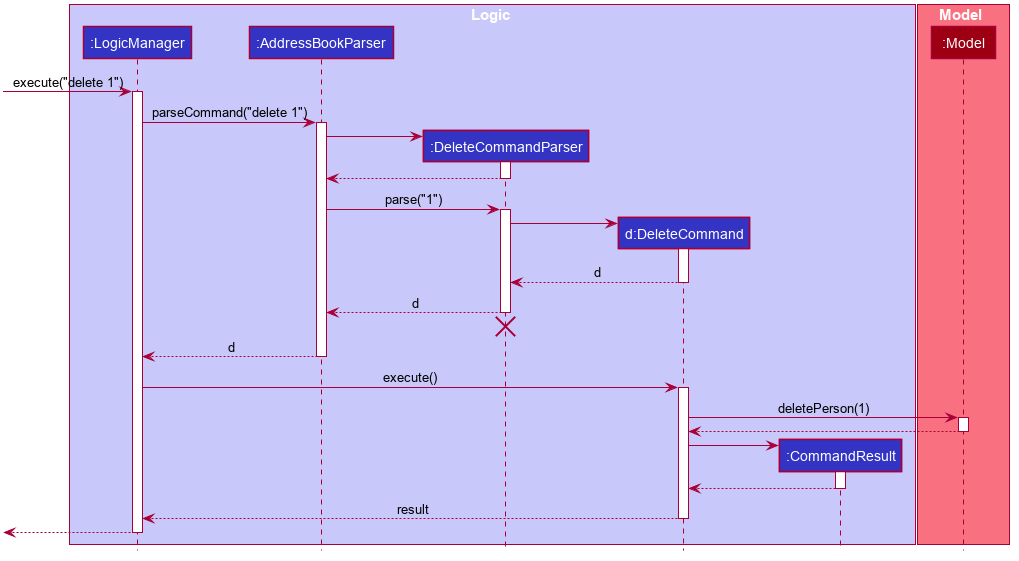
The PlantUML diagram docs/images/DeleteSequenceDiagram.png in nus-cs2103-AY1920S1/addressbook-level3, before a commit.
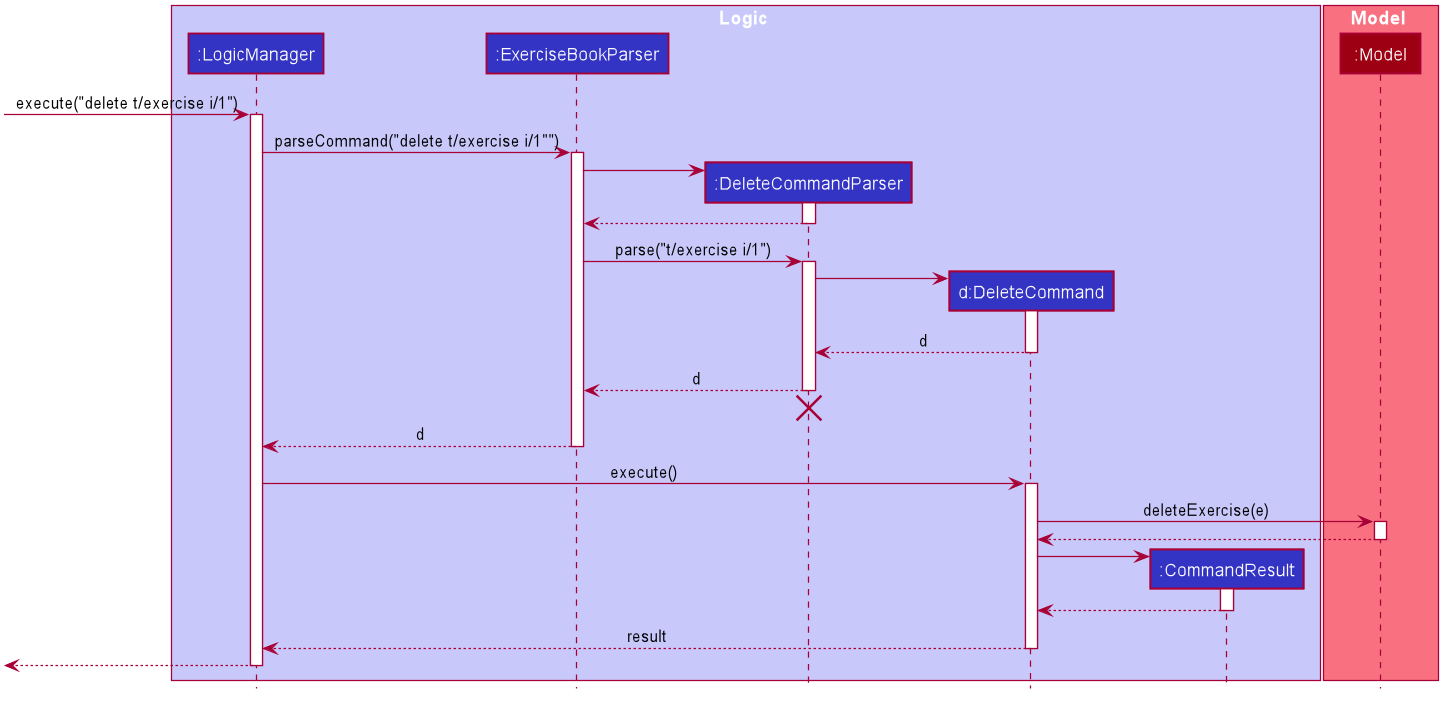
The same diagram one commit later.

What changed in the source:
```diff
@@ -50,7 +50,7 @@
 
 box Logic #C8C8FA
 participant ":LogicManager" as LogicManager #3333C4
-participant ":AddressBookParser" as AddressBookParser #3333C4
+participant ":ExerciseBookParser" as ExerciseBookParser #3333C4
 participant ":DeleteCommandParser" as DeleteCommandParser #3333C4
 participant "d:DeleteCommand" as DeleteCommand #3333C4
 participant ":CommandResult" as CommandResult #3333C4
@@ -60,20 +60,20 @@
 participant ":Model" as Model #9D0012
 end box
 
-[-> LogicManager : execute("delete 1")
+[-> LogicManager : execute("delete t/exercise i/1")
 activate LogicManager
 
-LogicManager -> AddressBookParser : parseCommand("delete 1")
-activate AddressBookParser
+LogicManager -> ExerciseBookParser : parseCommand("delete t/exercise i/1"")
+activate ExerciseBookParser
 
 create DeleteCommandParser
-AddressBookParser -> DeleteCommandParser
+ExerciseBookParser -> DeleteCommandParser
 activate DeleteCommandParser
 
-DeleteCommandParser --> AddressBookParser
+DeleteCommandParser --> ExerciseBookParser
 deactivate DeleteCommandParser
 
-AddressBookParser -> DeleteCommandParser : parse("1")
+ExerciseBookParser -> DeleteCommandParser : parse("t/exercise i/1")
 activate DeleteCommandParser
 
 create DeleteCommand
@@ -83,18 +83,18 @@
 DeleteCommand --> DeleteCommandParser : d
 deactivate DeleteCommand
 
-DeleteCommandParser --> AddressBookParser : d
+DeleteCommandParser --> ExerciseBookParser : d
 deactivate DeleteCommandParser
-DeleteCommandParser -[hidden]-> AddressBookParser
+DeleteCommandParser -[hidden]-> ExerciseBookParser
 destroy DeleteCommandParser
 
-AddressBookParser --> LogicManager : d
-deactivate AddressBookParser
+ExerciseBookParser --> LogicManager : d
+deactivate ExerciseBookParser
 
 LogicManager -> DeleteCommand : execute()
 activate DeleteCommand
 
-DeleteCommand -> Model : deletePerson(1)
+DeleteCommand -> Model : deleteExercise(e)
 activate Model
 
 Model --> DeleteCommand
```
